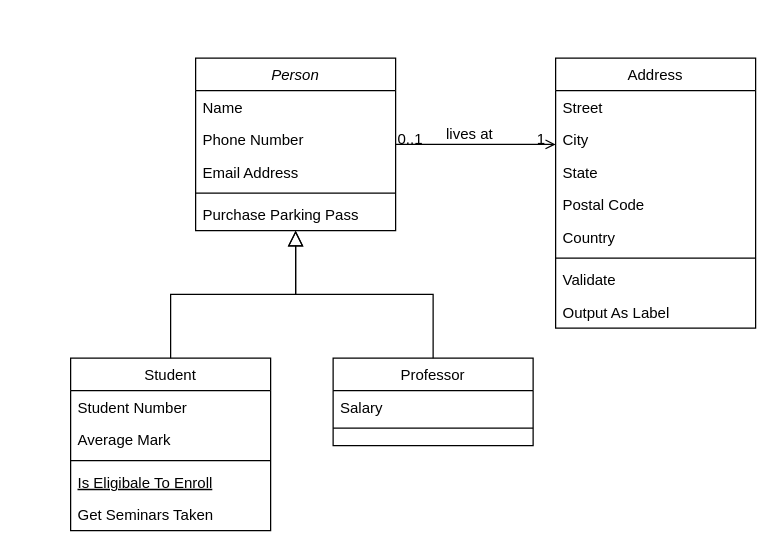
Earlier version of the draw.io diagram Untitled Diagram.drawio (crystalcrystal-lim/crystalcrystal-lim.github.io). Source tidied: cells renumbered, new cells numbered last; positions are measured from the earlier drawing's top-left corner, leaving out a move shared by most shapes. Both pictures are drawn from the tidied source at 125%, with x=0, y=0 at pixel (70, 58).
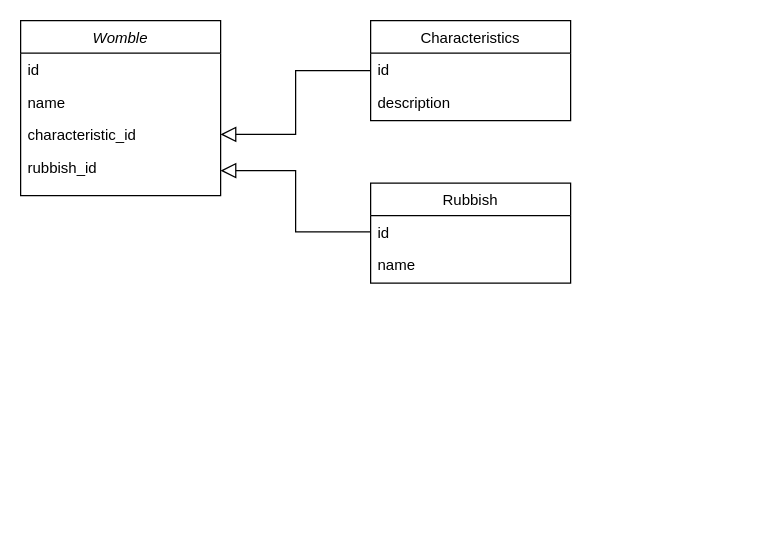
The same page after the edit.

What changed in the source:
```diff
@@
-    <mxCell id="2" value="Person" style="swimlane;fontStyle=2;align=center;verticalAlign=top;horizontal=1;startSize=26;rounded=0;shadow=0;strokeWidth=1;" parent="1" vertex="1">
-      <mxGeometry x="100" width="160" height="138" as="geometry" />
+    <mxCell id="2" value="Womble" style="swimlane;fontStyle=2;align=center;verticalAlign=top;horizontal=1;startSize=26;rounded=0;shadow=0;strokeWidth=1;" parent="1" vertex="1">
+      <mxGeometry x="-40" y="-30" width="160" height="140" as="geometry" />
     </mxCell>
-    <mxCell id="3" value="Name" style="text;align=left;verticalAlign=top;spacingLeft=4;spacingRight=4;overflow=hidden;" parent="2" vertex="1">
+    <mxCell id="3" value="id" style="text;align=left;verticalAlign=top;spacingLeft=4;spacingRight=4;overflow=hidden;" parent="2" vertex="1">
       <mxGeometry y="26" width="160" height="26" as="geometry" />
     </mxCell>
-    <mxCell id="4" value="Phone Number" style="text;align=left;verticalAlign=top;spacingLeft=4;spacingRight=4;overflow=hidden;rounded=0;shadow=0;html=0;" parent="2" vertex="1">
+    <mxCell id="4" value="name" style="text;align=left;verticalAlign=top;spacingLeft=4;spacingRight=4;overflow=hidden;rounded=0;shadow=0;html=0;" parent="2" vertex="1">
       <mxGeometry y="52" width="160" height="26" as="geometry" />
     </mxCell>
-    <mxCell id="5" value="Email Address" style="text;align=left;verticalAlign=top;spacingLeft=4;spacingRight=4;overflow=hidden;points=[[0,0.5],[1,0.5]];portConstraint=eastwest;rounded=0;shadow=0;html=0;" parent="2" vertex="1">
+    <mxCell id="5" value="characteristic_id" style="text;align=left;verticalAlign=top;spacingLeft=4;spacingRight=4;overflow=hidden;points=[[0,0.5],[1,0.5]];portConstraint=eastwest;rounded=0;shadow=0;html=0;" parent="2" vertex="1">
       <mxGeometry y="78" width="160" height="26" as="geometry" />
     </mxCell>
-    <mxCell id="6" style="line;html=1;strokeWidth=1;align=left;verticalAlign=middle;spacingTop=-1;spacingLeft=3;spacingRight=3;labelPosition=right;" parent="2" vertex="1">
-      <mxGeometry y="104" width="160" height="8" as="geometry" />
-    </mxCell>
-    <mxCell id="7" value="Purchase Parking Pass" style="text;align=left;verticalAlign=top;spacingLeft=4;spacingRight=4;overflow=hidden;" parent="2" vertex="1">
-      <mxGeometry y="112" width="160" height="26" as="geometry" />
-    </mxCell>
+    <mxCell id="32" value="rubbish_id" style="text;align=left;verticalAlign=top;spacingLeft=4;spacingRight=4;overflow=hidden;rounded=0;shadow=0;html=0;" parent="2" vertex="1">
+      <mxGeometry y="104" width="160" height="26" as="geometry" />
+    </mxCell>
-    <mxCell id="8" value="Student" style="swimlane;fontStyle=0;align=center;verticalAlign=top;horizontal=1;startSize=26;rounded=0;shadow=0;strokeWidth=1;" parent="1" vertex="1">
-      <mxGeometry y="240" width="160" height="138" as="geometry" />
+    <mxCell id="8" value="Characteristics" style="swimlane;fontStyle=0;align=center;verticalAlign=top;horizontal=1;startSize=26;rounded=0;shadow=0;strokeWidth=1;" parent="1" vertex="1">
+      <mxGeometry x="240" y="-30" width="160" height="80" as="geometry" />
     </mxCell>
-    <mxCell id="9" value="Student Number" style="text;align=left;verticalAlign=top;spacingLeft=4;spacingRight=4;overflow=hidden;" parent="8" vertex="1">
+    <mxCell id="9" value="id" style="text;align=left;verticalAlign=top;spacingLeft=4;spacingRight=4;overflow=hidden;" parent="8" vertex="1">
       <mxGeometry y="26" width="160" height="26" as="geometry" />
     </mxCell>
-    <mxCell id="10" value="Average Mark" style="text;align=left;verticalAlign=top;spacingLeft=4;spacingRight=4;overflow=hidden;rounded=0;shadow=0;html=0;" parent="8" vertex="1">
+    <mxCell id="10" value="description" style="text;align=left;verticalAlign=top;spacingLeft=4;spacingRight=4;overflow=hidden;rounded=0;shadow=0;html=0;" parent="8" vertex="1">
       <mxGeometry y="52" width="160" height="26" as="geometry" />
     </mxCell>
-    <mxCell id="11" style="line;html=1;strokeWidth=1;align=left;verticalAlign=middle;spacingTop=-1;spacingLeft=3;spacingRight=3;labelPosition=right;" parent="8" vertex="1">
-      <mxGeometry y="78" width="160" height="8" as="geometry" />
-    </mxCell>
-    <mxCell id="12" value="Is Eligibale To Enroll" style="text;align=left;verticalAlign=top;spacingLeft=4;spacingRight=4;overflow=hidden;fontStyle=4;" parent="8" vertex="1">
-      <mxGeometry y="86" width="160" height="26" as="geometry" />
-    </mxCell>
-    <mxCell id="13" value="Get Seminars Taken" style="text;align=left;verticalAlign=top;spacingLeft=4;spacingRight=4;overflow=hidden;" parent="8" vertex="1">
-      <mxGeometry y="112" width="160" height="26" as="geometry" />
-    </mxCell>
-    <mxCell id="14" style="endArrow=block;endSize=10;endFill=0;shadow=0;strokeWidth=1;rounded=0;edgeStyle=elbowEdgeStyle;elbow=vertical;" parent="1" edge="1" source="8" target="2">
-      <mxGeometry relative="1" as="geometry" />
+    <mxCell id="14" style="endArrow=block;endSize=10;endFill=0;shadow=0;strokeWidth=1;rounded=0;edgeStyle=elbowEdgeStyle;entryX=1;entryY=0.5;entryDx=0;entryDy=0;" parent="1" edge="1" target="5">
+      <mxGeometry relative="1" as="geometry">
+        <mxPoint x="240" y="10" as="sourcePoint" />
+      </mxGeometry>
     </mxCell>
-    <mxCell id="15" value="Professor" style="swimlane;fontStyle=0;align=center;verticalAlign=top;horizontal=1;startSize=26;rounded=0;shadow=0;strokeWidth=1;" parent="1" vertex="1">
-      <mxGeometry x="210" y="240" width="160" height="70" as="geometry" />
-    </mxCell>
-    <mxCell id="16" value="Salary" style="text;align=left;verticalAlign=top;spacingLeft=4;spacingRight=4;overflow=hidden;" parent="15" vertex="1">
-      <mxGeometry y="26" width="160" height="26" as="geometry" />
-    </mxCell>
-    <mxCell id="17" style="line;html=1;strokeWidth=1;align=left;verticalAlign=middle;spacingTop=-1;spacingLeft=3;spacingRight=3;labelPosition=right;" parent="15" vertex="1">
-      <mxGeometry y="52" width="160" height="8" as="geometry" />
-    </mxCell>
-    <mxCell id="18" style="endArrow=block;endSize=10;endFill=0;shadow=0;strokeWidth=1;rounded=0;edgeStyle=elbowEdgeStyle;elbow=vertical;" parent="1" edge="1" source="15" target="2">
-      <mxGeometry relative="1" as="geometry" />
-    </mxCell>
-    <mxCell id="19" value="Address" style="swimlane;fontStyle=0;align=center;verticalAlign=top;horizontal=1;startSize=26;rounded=0;shadow=0;strokeWidth=1;" parent="1" vertex="1">
-      <mxGeometry x="388" width="160" height="216" as="geometry" />
+    <mxCell id="19" value="Rubbish" style="swimlane;fontStyle=0;align=center;verticalAlign=top;horizontal=1;startSize=26;rounded=0;shadow=0;strokeWidth=1;" parent="1" vertex="1">
+      <mxGeometry x="240" y="100" width="160" height="80" as="geometry" />
     </mxCell>
-    <mxCell id="20" value="Street" style="text;align=left;verticalAlign=top;spacingLeft=4;spacingRight=4;overflow=hidden;" parent="19" vertex="1">
+    <mxCell id="20" value="id" style="text;align=left;verticalAlign=top;spacingLeft=4;spacingRight=4;overflow=hidden;" parent="19" vertex="1">
       <mxGeometry y="26" width="160" height="26" as="geometry" />
     </mxCell>
-    <mxCell id="21" value="City" style="text;align=left;verticalAlign=top;spacingLeft=4;spacingRight=4;overflow=hidden;rounded=0;shadow=0;html=0;" parent="19" vertex="1">
+    <mxCell id="21" value="name" style="text;align=left;verticalAlign=top;spacingLeft=4;spacingRight=4;overflow=hidden;rounded=0;shadow=0;html=0;" parent="19" vertex="1">
       <mxGeometry y="52" width="160" height="26" as="geometry" />
     </mxCell>
-    <mxCell id="22" value="State" style="text;align=left;verticalAlign=top;spacingLeft=4;spacingRight=4;overflow=hidden;rounded=0;shadow=0;html=0;" parent="19" vertex="1">
-      <mxGeometry y="78" width="160" height="26" as="geometry" />
-    </mxCell>
-    <mxCell id="23" value="Postal Code" style="text;align=left;verticalAlign=top;spacingLeft=4;spacingRight=4;overflow=hidden;rounded=0;shadow=0;html=0;" parent="19" vertex="1">
-      <mxGeometry y="104" width="160" height="26" as="geometry" />
-    </mxCell>
-    <mxCell id="24" value="Country" style="text;align=left;verticalAlign=top;spacingLeft=4;spacingRight=4;overflow=hidden;rounded=0;shadow=0;html=0;" parent="19" vertex="1">
-      <mxGeometry y="130" width="160" height="26" as="geometry" />
-    </mxCell>
-    <mxCell id="25" style="line;html=1;strokeWidth=1;align=left;verticalAlign=middle;spacingTop=-1;spacingLeft=3;spacingRight=3;labelPosition=right;" parent="19" vertex="1">
-      <mxGeometry y="156" width="160" height="8" as="geometry" />
-    </mxCell>
-    <mxCell id="26" value="Validate" style="text;align=left;verticalAlign=top;spacingLeft=4;spacingRight=4;overflow=hidden;" parent="19" vertex="1">
-      <mxGeometry y="164" width="160" height="26" as="geometry" />
-    </mxCell>
-    <mxCell id="27" value="Output As Label" style="text;align=left;verticalAlign=top;spacingLeft=4;spacingRight=4;overflow=hidden;" parent="19" vertex="1">
-      <mxGeometry y="190" width="160" height="26" as="geometry" />
-    </mxCell>
-    <mxCell id="28" style="endArrow=open;shadow=0;strokeWidth=1;rounded=0;endFill=1;edgeStyle=elbowEdgeStyle;elbow=vertical;" parent="1" edge="1" source="2" target="19">
-      <mxGeometry x="0.5" y="41" relative="1" as="geometry">
-        <mxPoint x="-40" y="32" as="offset" />
-      </mxGeometry>
-    </mxCell>
-    <mxCell id="29" value="0..1" style="align=left;verticalAlign=bottom;labelBackgroundColor=none;fontSize=12;" parent="28" vertex="1">
-      <mxGeometry x="-1" relative="1" as="geometry">
-        <mxPoint y="4" as="offset" />
-      </mxGeometry>
-    </mxCell>
-    <mxCell id="30" value="1" style="align=right;verticalAlign=bottom;labelBackgroundColor=none;fontSize=12;" parent="28" vertex="1">
-      <mxGeometry x="1" relative="1" as="geometry">
-        <mxPoint x="-7" y="4" as="offset" />
-      </mxGeometry>
-    </mxCell>
-    <mxCell id="31" value="lives at" style="text;html=1;align=center;verticalAlign=middle;labelBackgroundColor=none;rounded=0;shadow=0;strokeWidth=1;fontSize=12;" parent="28" vertex="1">
-      <mxGeometry x="0.5" y="49" relative="1" as="geometry">
-        <mxPoint x="-38" y="40" as="offset" />
-      </mxGeometry>
-    </mxCell>
+    <mxCell id="33" style="endArrow=block;endSize=10;endFill=0;shadow=0;strokeWidth=1;rounded=0;edgeStyle=elbowEdgeStyle;entryX=1;entryY=0.5;entryDx=0;entryDy=0;" parent="1" edge="1">
+      <mxGeometry relative="1" as="geometry">
+        <mxPoint x="240" y="139" as="sourcePoint" />
+        <mxPoint x="120" y="90" as="targetPoint" />
+      </mxGeometry>
+    </mxCell>
```
